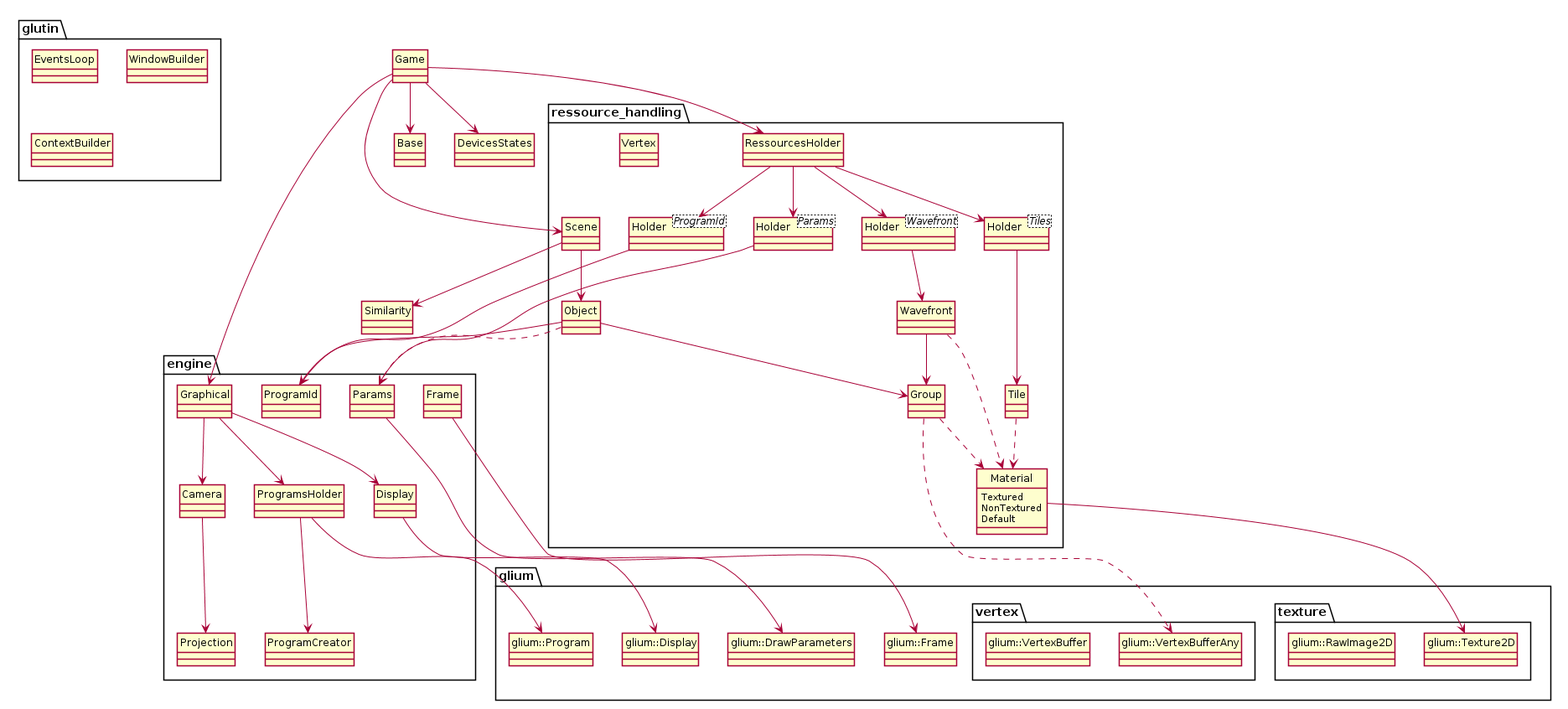
Earlier version of the PlantUML export RAPPORTS/diagrames/graphics.png (technolapin/moteur-de-jeu).
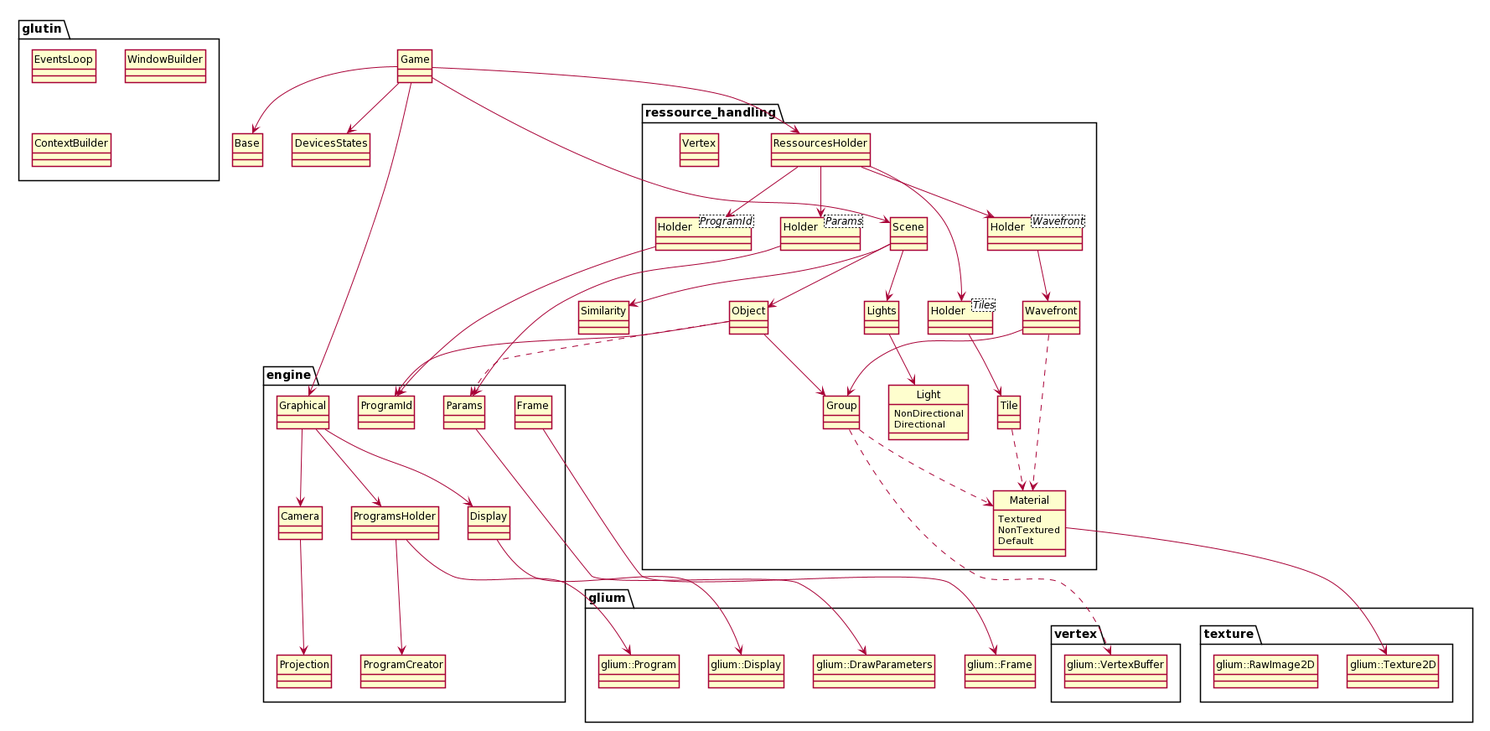
After the commit.

Commit message:
Mise à jour du diagramme de Graphics

The edit, as a diff of the source:
```diff
@@ -30,6 +30,13 @@
     	     NonTextured
 	     Default
 	}
+
+	enum Light {
+		NonDirectional
+		Directional
+	}
+	class Lights
+
 	class Object
 	class RessourcesHolder
 	class Tile
@@ -45,7 +52,6 @@
 {
 	package vertex
 	{
-		class glium::VertexBufferAny
 		class glium::VertexBuffer
 	}
 	package texture
@@ -79,7 +85,7 @@
 Object --> Group
 Object --> ProgramId
 Object ..> Params
-Group ...> glium::VertexBufferAny
+Group ...> glium::VertexBuffer
 Group ..> Material
 Wavefront --> Group
 Wavefront ..> Material
@@ -87,6 +93,9 @@
 
 Scene --> Object
 Scene --> Similarity
+Scene --> Lights
+
+Lights --> Light
 
 Material --> glium::Texture2D
 
@@ -111,5 +120,4 @@
 Game --> RessourcesHolder
 Game --> Base
 Game --> DevicesStates
-
 @enduml
```
